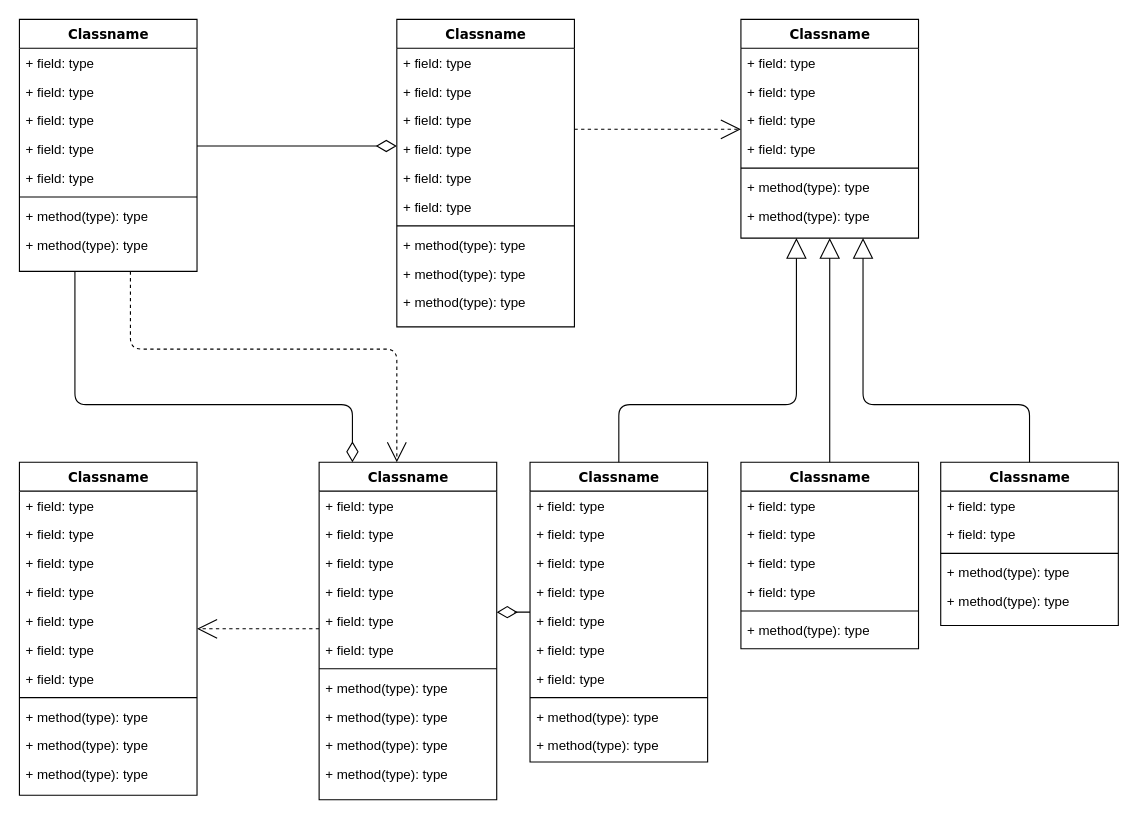
cjfritz9/ecomm-for-kids keeps this draw.io diagram as resources/database.drawio. Above is the earlier version. Source tidied: cells renumbered, new cells numbered last; positions are measured from the earlier drawing's top-left corner, leaving out a move shared by most shapes. Both pictures are drawn from the tidied source at 111%, with x=0, y=0 at pixel (19, 19).
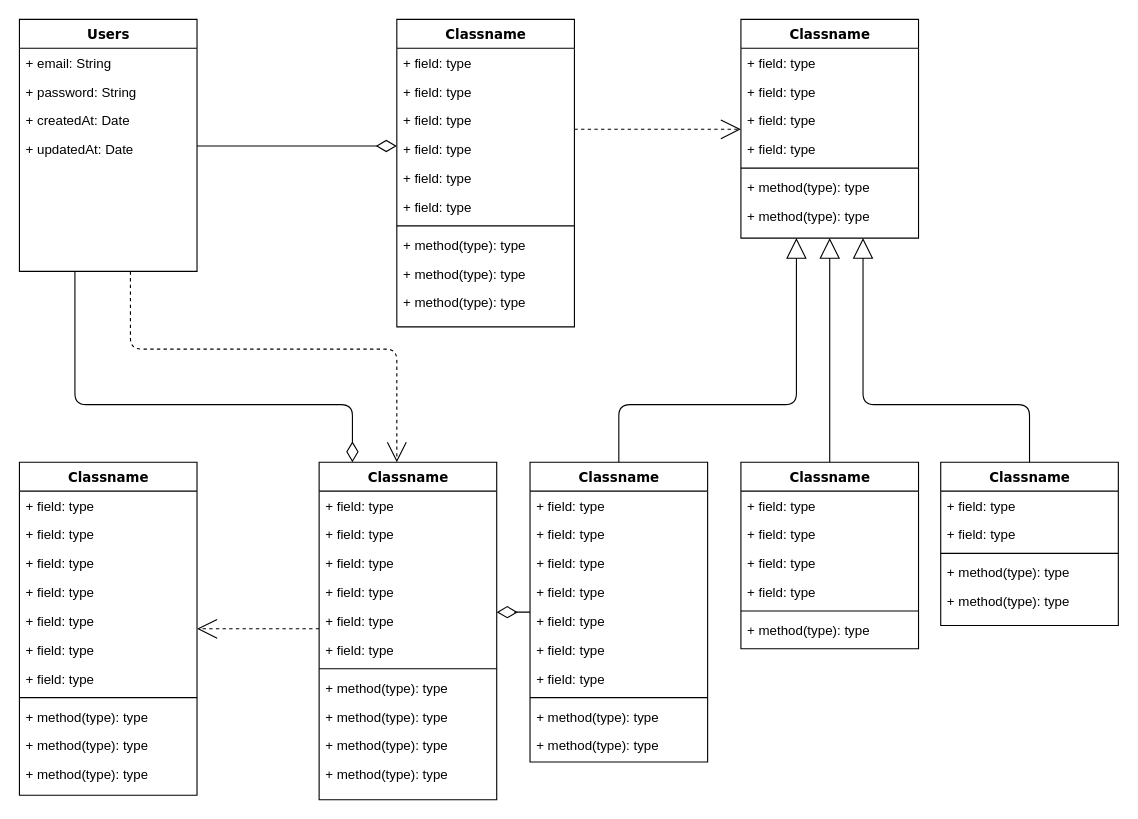
After the change.

Change to the diagram source:
```diff
@@
-    <mxCell id="4" value="Classname" style="swimlane;html=1;fontStyle=1;align=center;verticalAlign=top;horizontal=1;startSize=26;swimlaneFillColor=#ffffff;rounded=0;shadow=0;comic=0;labelBackgroundColor=none;strokeWidth=1;fillColor=none;fontFamily=Verdana;fontSize=12;" parent="1" vertex="1">
+    <mxCell id="4" value="Users" style="swimlane;html=1;fontStyle=1;align=center;verticalAlign=top;horizontal=1;startSize=26;swimlaneFillColor=#ffffff;rounded=0;shadow=0;comic=0;labelBackgroundColor=none;strokeWidth=1;fillColor=none;fontFamily=Verdana;fontSize=12;" parent="1" vertex="1">
       <mxGeometry width="160" height="227" as="geometry" />
     </mxCell>
-    <mxCell id="5" value="+ field: type" style="text;html=1;strokeColor=none;fillColor=none;align=left;verticalAlign=top;spacingLeft=4;spacingRight=4;whiteSpace=wrap;overflow=hidden;" parent="4" vertex="1">
+    <mxCell id="5" value="+ email: String" style="text;html=1;strokeColor=none;fillColor=none;align=left;verticalAlign=top;spacingLeft=4;spacingRight=4;whiteSpace=wrap;overflow=hidden;" parent="4" vertex="1">
       <mxGeometry y="26" width="160" height="26" as="geometry" />
     </mxCell>
-    <mxCell id="6" value="+ field: type" style="text;html=1;strokeColor=none;fillColor=none;align=left;verticalAlign=top;spacingLeft=4;spacingRight=4;whiteSpace=wrap;overflow=hidden;" parent="4" vertex="1">
+    <mxCell id="6" value="+ password: String" style="text;html=1;strokeColor=none;fillColor=none;align=left;verticalAlign=top;spacingLeft=4;spacingRight=4;whiteSpace=wrap;overflow=hidden;" parent="4" vertex="1">
       <mxGeometry y="52" width="160" height="26" as="geometry" />
     </mxCell>
-    <mxCell id="7" value="+ field: type" style="text;html=1;strokeColor=none;fillColor=none;align=left;verticalAlign=top;spacingLeft=4;spacingRight=4;whiteSpace=wrap;overflow=hidden;" parent="4" vertex="1">
+    <mxCell id="7" value="+ createdAt: Date" style="text;html=1;strokeColor=none;fillColor=none;align=left;verticalAlign=top;spacingLeft=4;spacingRight=4;whiteSpace=wrap;overflow=hidden;" parent="4" vertex="1">
       <mxGeometry y="78" width="160" height="26" as="geometry" />
     </mxCell>
-    <mxCell id="8" value="+ field: type" style="text;html=1;strokeColor=none;fillColor=none;align=left;verticalAlign=top;spacingLeft=4;spacingRight=4;whiteSpace=wrap;overflow=hidden;" parent="4" vertex="1">
+    <mxCell id="8" value="+ updatedAt: Date" style="text;html=1;strokeColor=none;fillColor=none;align=left;verticalAlign=top;spacingLeft=4;spacingRight=4;whiteSpace=wrap;overflow=hidden;" parent="4" vertex="1">
       <mxGeometry y="104" width="160" height="26" as="geometry" />
     </mxCell>
-    <mxCell id="9" value="+ field: type" style="text;html=1;strokeColor=none;fillColor=none;align=left;verticalAlign=top;spacingLeft=4;spacingRight=4;whiteSpace=wrap;overflow=hidden;" parent="4" vertex="1">
-      <mxGeometry y="130" width="160" height="26" as="geometry" />
-    </mxCell>
-    <mxCell id="10" style="line;html=1;strokeWidth=1;fillColor=none;align=left;verticalAlign=middle;spacingTop=-1;spacingLeft=3;spacingRight=3;labelPosition=right;" parent="4" vertex="1">
-      <mxGeometry y="156" width="160" height="8" as="geometry" />
-    </mxCell>
-    <mxCell id="11" value="+ method(type): type" style="text;html=1;strokeColor=none;fillColor=none;align=left;verticalAlign=top;spacingLeft=4;spacingRight=4;whiteSpace=wrap;overflow=hidden;" parent="4" vertex="1">
-      <mxGeometry y="164" width="160" height="26" as="geometry" />
-    </mxCell>
-    <mxCell id="12" value="+ method(type): type" style="text;html=1;strokeColor=none;fillColor=none;align=left;verticalAlign=top;spacingLeft=4;spacingRight=4;whiteSpace=wrap;overflow=hidden;" parent="4" vertex="1">
-      <mxGeometry y="190" width="160" height="26" as="geometry" />
-    </mxCell>
```
